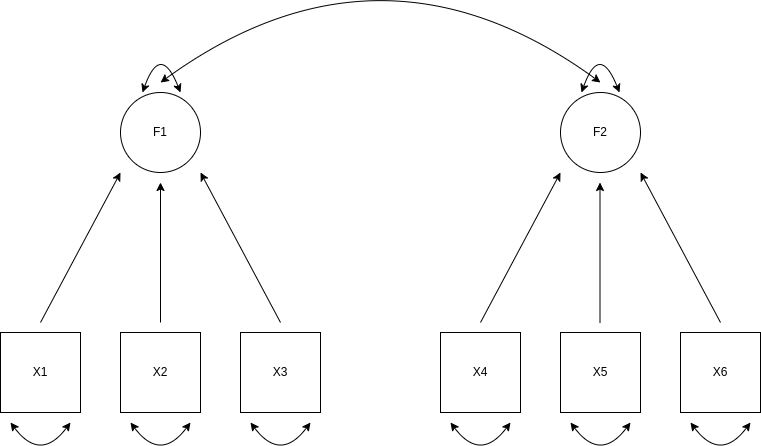
Above: Rmd/figures/simpleStructure.png in JMBKoch/1vs2StepBayesianRegSEM (draw.io), before the change. Source tidied: cells renumbered, new cells last; positions are measured from the earlier drawing's top-left corner, leaving out a move shared by most shapes. The source it was exported from:
```xml
<mxGraphModel>
  <root>
    <mxCell id="0" />
    <mxCell id="1" parent="0" />
    <mxCell id="2" value="X1" style="whiteSpace=wrap;html=1;" parent="1" vertex="1">
      <mxGeometry y="410" width="80" height="80" as="geometry" />
    </mxCell>
    <mxCell id="3" value="X2" style="whiteSpace=wrap;html=1;" parent="1" vertex="1">
      <mxGeometry x="120" y="410" width="80" height="80" as="geometry" />
    </mxCell>
    <mxCell id="4" value="X3" style="whiteSpace=wrap;html=1;" parent="1" vertex="1">
      <mxGeometry x="240" y="410" width="80" height="80" as="geometry" />
    </mxCell>
    <mxCell id="5" value="X4" style="whiteSpace=wrap;html=1;" parent="1" vertex="1">
      <mxGeometry x="440" y="410" width="80" height="80" as="geometry" />
    </mxCell>
    <mxCell id="6" value="X5" style="whiteSpace=wrap;html=1;" parent="1" vertex="1">
      <mxGeometry x="560" y="410" width="80" height="80" as="geometry" />
    </mxCell>
    <mxCell id="7" value="X6" style="whiteSpace=wrap;html=1;" parent="1" vertex="1">
      <mxGeometry x="680" y="410" width="80" height="80" as="geometry" />
    </mxCell>
    <mxCell id="8" value="F1" style="ellipse;whiteSpace=wrap;html=1;" parent="1" vertex="1">
      <mxGeometry x="120" y="170" width="80" height="80" as="geometry" />
    </mxCell>
    <mxCell id="9" value="F2" style="ellipse;whiteSpace=wrap;html=1;" parent="1" vertex="1">
      <mxGeometry x="560" y="170" width="80" height="80" as="geometry" />
    </mxCell>
    <mxCell id="10" style="endArrow=classic;html=1;rounded=0;" parent="1" edge="1">
      <mxGeometry relative="1" as="geometry">
        <mxPoint x="40" y="400" as="sourcePoint" />
        <mxPoint x="120" y="250" as="targetPoint" />
      </mxGeometry>
    </mxCell>
    <mxCell id="11" style="endArrow=classic;html=1;rounded=0;" parent="1" edge="1">
      <mxGeometry relative="1" as="geometry">
        <mxPoint x="480" y="400" as="sourcePoint" />
        <mxPoint x="560" y="250" as="targetPoint" />
      </mxGeometry>
    </mxCell>
    <mxCell id="12" style="endArrow=classic;html=1;rounded=0;" parent="1" edge="1">
      <mxGeometry relative="1" as="geometry">
        <mxPoint x="720" y="400" as="sourcePoint" />
        <mxPoint x="640" y="250" as="targetPoint" />
      </mxGeometry>
    </mxCell>
    <mxCell id="13" style="endArrow=classic;html=1;rounded=0;" parent="1" edge="1">
      <mxGeometry relative="1" as="geometry">
        <mxPoint x="280" y="400" as="sourcePoint" />
        <mxPoint x="200" y="250" as="targetPoint" />
      </mxGeometry>
    </mxCell>
    <mxCell id="14" style="endArrow=classic;html=1;rounded=0;" parent="1" edge="1">
      <mxGeometry relative="1" as="geometry">
        <mxPoint x="160" y="400" as="sourcePoint" />
        <mxPoint x="160" y="260" as="targetPoint" />
      </mxGeometry>
    </mxCell>
    <mxCell id="15" style="endArrow=classic;html=1;rounded=0;" parent="1" edge="1">
      <mxGeometry relative="1" as="geometry">
        <mxPoint x="599.5" y="400" as="sourcePoint" />
        <mxPoint x="599.5" y="260" as="targetPoint" />
      </mxGeometry>
    </mxCell>
    <mxCell id="16" style="endArrow=classic;startArrow=classic;html=1;curved=1;" parent="1" edge="1">
      <mxGeometry relative="1" as="geometry">
        <mxPoint x="160" y="160" as="sourcePoint" />
        <mxPoint x="600" y="160" as="targetPoint" />
        <Array as="points">
          <mxPoint x="380" />
        </Array>
      </mxGeometry>
    </mxCell>
    <mxCell id="17" style="endArrow=classic;startArrow=classic;html=1;curved=1;exitX=0.275;exitY=0;exitDx=0;exitDy=0;exitPerimeter=0;" parent="1" edge="1" source="8">
      <mxGeometry relative="1" as="geometry">
        <mxPoint x="180" y="170" as="targetPoint" />
        <Array as="points">
          <mxPoint x="160" y="120" />
        </Array>
      </mxGeometry>
    </mxCell>
    <mxCell id="18" style="endArrow=classic;startArrow=classic;html=1;curved=1;exitX=0.275;exitY=0;exitDx=0;exitDy=0;exitPerimeter=0;" parent="1" edge="1">
      <mxGeometry relative="1" as="geometry">
        <mxPoint x="581" y="170" as="sourcePoint" />
        <mxPoint x="619" y="170" as="targetPoint" />
        <Array as="points">
          <mxPoint x="599" y="120" />
        </Array>
      </mxGeometry>
    </mxCell>
    <mxCell id="19" style="endArrow=classic;startArrow=classic;html=1;curved=1;" parent="1" edge="1">
      <mxGeometry relative="1" as="geometry">
        <mxPoint x="10" y="500" as="sourcePoint" />
        <mxPoint x="70" y="500" as="targetPoint" />
        <Array as="points">
          <mxPoint x="40" y="540" />
        </Array>
      </mxGeometry>
    </mxCell>
    <mxCell id="20" style="endArrow=classic;startArrow=classic;html=1;curved=1;" parent="1" edge="1">
      <mxGeometry relative="1" as="geometry">
        <mxPoint x="130" y="500" as="sourcePoint" />
        <mxPoint x="190" y="500" as="targetPoint" />
        <Array as="points">
          <mxPoint x="160" y="540" />
        </Array>
      </mxGeometry>
    </mxCell>
    <mxCell id="21" style="endArrow=classic;startArrow=classic;html=1;curved=1;" parent="1" edge="1">
      <mxGeometry relative="1" as="geometry">
        <mxPoint x="250" y="500" as="sourcePoint" />
        <mxPoint x="310" y="500" as="targetPoint" />
        <Array as="points">
          <mxPoint x="280" y="540" />
        </Array>
      </mxGeometry>
    </mxCell>
    <mxCell id="22" style="endArrow=classic;startArrow=classic;html=1;curved=1;" parent="1" edge="1">
      <mxGeometry relative="1" as="geometry">
        <mxPoint x="450" y="500" as="sourcePoint" />
        <mxPoint x="510" y="500" as="targetPoint" />
        <Array as="points">
          <mxPoint x="480" y="540" />
        </Array>
      </mxGeometry>
    </mxCell>
    <mxCell id="23" style="endArrow=classic;startArrow=classic;html=1;curved=1;" parent="1" edge="1">
      <mxGeometry relative="1" as="geometry">
        <mxPoint x="570" y="500" as="sourcePoint" />
        <mxPoint x="630" y="500" as="targetPoint" />
        <Array as="points">
          <mxPoint x="600" y="540" />
        </Array>
      </mxGeometry>
    </mxCell>
    <mxCell id="24" style="endArrow=classic;startArrow=classic;html=1;curved=1;" parent="1" edge="1">
      <mxGeometry relative="1" as="geometry">
        <mxPoint x="690" y="500" as="sourcePoint" />
        <mxPoint x="750" y="500" as="targetPoint" />
        <Array as="points">
          <mxPoint x="720" y="540" />
        </Array>
      </mxGeometry>
    </mxCell>
  </root>
</mxGraphModel>
```
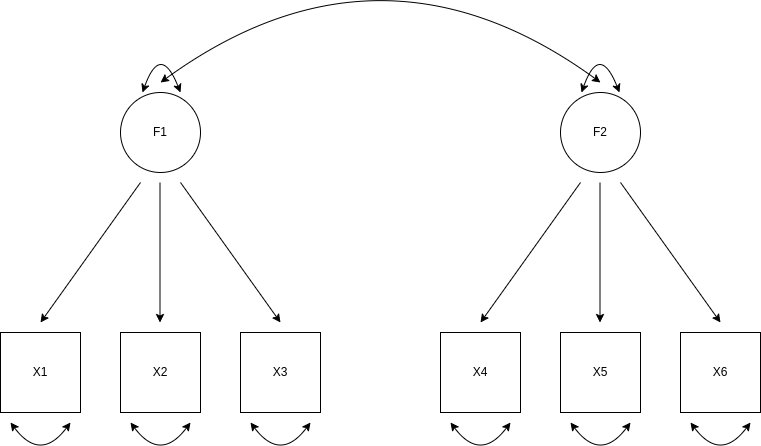
After the change.

Change to the diagram source:
```diff
@@ -26,42 +26,6 @@
     <mxCell id="9" value="F2" style="ellipse;whiteSpace=wrap;html=1;" parent="1" vertex="1">
       <mxGeometry x="560" y="170" width="80" height="80" as="geometry" />
     </mxCell>
-    <mxCell id="10" style="endArrow=classic;html=1;rounded=0;" parent="1" edge="1">
-      <mxGeometry relative="1" as="geometry">
-        <mxPoint x="40" y="400" as="sourcePoint" />
-        <mxPoint x="120" y="250" as="targetPoint" />
-      </mxGeometry>
-    </mxCell>
-    <mxCell id="11" style="endArrow=classic;html=1;rounded=0;" parent="1" edge="1">
-      <mxGeometry relative="1" as="geometry">
-        <mxPoint x="480" y="400" as="sourcePoint" />
-        <mxPoint x="560" y="250" as="targetPoint" />
-      </mxGeometry>
-    </mxCell>
-    <mxCell id="12" style="endArrow=classic;html=1;rounded=0;" parent="1" edge="1">
-      <mxGeometry relative="1" as="geometry">
-        <mxPoint x="720" y="400" as="sourcePoint" />
-        <mxPoint x="640" y="250" as="targetPoint" />
-      </mxGeometry>
-    </mxCell>
-    <mxCell id="13" style="endArrow=classic;html=1;rounded=0;" parent="1" edge="1">
-      <mxGeometry relative="1" as="geometry">
-        <mxPoint x="280" y="400" as="sourcePoint" />
-        <mxPoint x="200" y="250" as="targetPoint" />
-      </mxGeometry>
-    </mxCell>
-    <mxCell id="14" style="endArrow=classic;html=1;rounded=0;" parent="1" edge="1">
-      <mxGeometry relative="1" as="geometry">
-        <mxPoint x="160" y="400" as="sourcePoint" />
-        <mxPoint x="160" y="260" as="targetPoint" />
-      </mxGeometry>
-    </mxCell>
-    <mxCell id="15" style="endArrow=classic;html=1;rounded=0;" parent="1" edge="1">
-      <mxGeometry relative="1" as="geometry">
-        <mxPoint x="599.5" y="400" as="sourcePoint" />
-        <mxPoint x="599.5" y="260" as="targetPoint" />
-      </mxGeometry>
-    </mxCell>
     <mxCell id="16" style="endArrow=classic;startArrow=classic;html=1;curved=1;" parent="1" edge="1">
       <mxGeometry relative="1" as="geometry">
         <mxPoint x="160" y="160" as="sourcePoint" />
@@ -142,5 +106,41 @@
         </Array>
       </mxGeometry>
     </mxCell>
+    <mxCell id="25" style="endArrow=classic;html=1;rounded=0;" parent="1" edge="1">
+      <mxGeometry relative="1" as="geometry">
+        <mxPoint x="140" y="260" as="sourcePoint" />
+        <mxPoint x="40" y="400" as="targetPoint" />
+      </mxGeometry>
+    </mxCell>
+    <mxCell id="26" style="endArrow=classic;html=1;rounded=0;" parent="1" edge="1">
+      <mxGeometry relative="1" as="geometry">
+        <mxPoint x="159.5" y="260" as="sourcePoint" />
+        <mxPoint x="159.5" y="400" as="targetPoint" />
+      </mxGeometry>
+    </mxCell>
+    <mxCell id="27" style="endArrow=classic;html=1;rounded=0;" parent="1" edge="1">
+      <mxGeometry relative="1" as="geometry">
+        <mxPoint x="180" y="260" as="sourcePoint" />
+        <mxPoint x="280" y="400" as="targetPoint" />
+      </mxGeometry>
+    </mxCell>
+    <mxCell id="28" style="endArrow=classic;html=1;rounded=0;" parent="1" edge="1">
+      <mxGeometry relative="1" as="geometry">
+        <mxPoint x="599.5" y="260" as="sourcePoint" />
+        <mxPoint x="599.5" y="400" as="targetPoint" />
+      </mxGeometry>
+    </mxCell>
+    <mxCell id="29" style="endArrow=classic;html=1;rounded=0;" parent="1" edge="1">
+      <mxGeometry relative="1" as="geometry">
+        <mxPoint x="580" y="260" as="sourcePoint" />
+        <mxPoint x="480" y="400" as="targetPoint" />
+      </mxGeometry>
+    </mxCell>
+    <mxCell id="30" style="endArrow=classic;html=1;rounded=0;" parent="1" edge="1">
+      <mxGeometry relative="1" as="geometry">
+        <mxPoint x="620" y="260" as="sourcePoint" />
+        <mxPoint x="720" y="400" as="targetPoint" />
+      </mxGeometry>
+    </mxCell>
   </root>
 </mxGraphModel>
```
